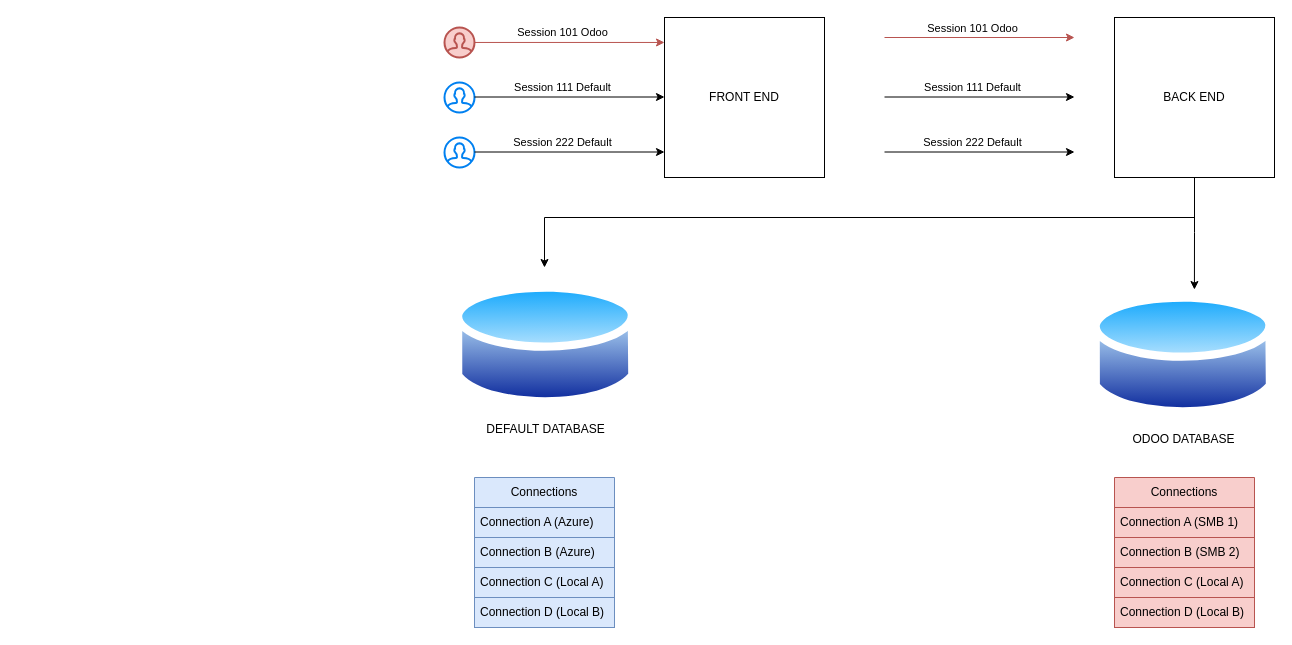
Gnyasha/TestBot keeps this draw.io diagram as Untitled Diagram.drawio. Above is the earlier version. Source tidied: cells renumbered, new cells numbered last; positions are measured from the earlier drawing's top-left corner, leaving out a move shared by most shapes. Both pictures are drawn from the tidied source at 100%, with x=0, y=0 at pixel (444, 17).
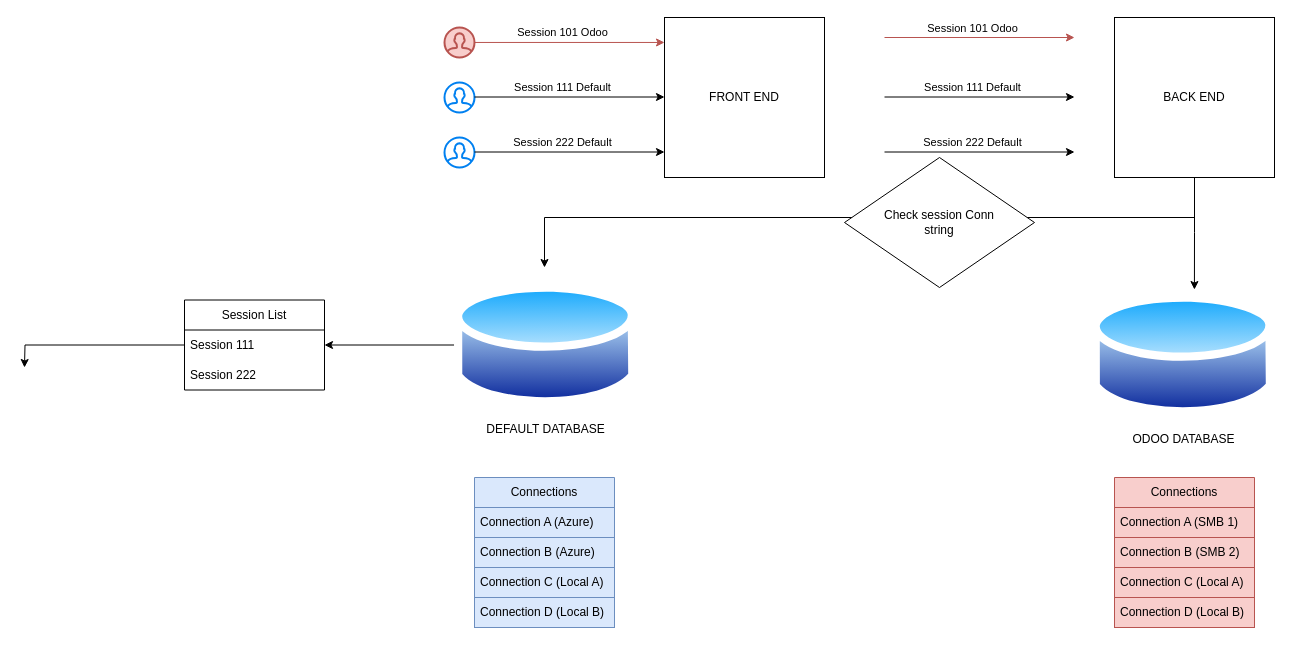
After the change.

The change refers to these unchanged cells:
```xml
<mxCell id="20" value="DEFAULT DATABASE" style="image;perimeter=ellipsePerimeter;html=1;align=center;shadow=0;dashed=0;spacingTop=3;image=img/lib/active_directory/database.svg;" parent="1" vertex="1">
  <mxGeometry x="10" y="260" width="182.4" height="135" as="geometry" />
</mxCell>
```

Diff of the diagram source:
```diff
@@
+    <mxCell id="33" style="edgeStyle=orthogonalEdgeStyle;rounded=0;jettySize=auto;html=1;entryX=1;entryY=0.5;entryDx=0;entryDy=0;" parent="1" edge="1" source="20" target="36">
+      <mxGeometry relative="1" as="geometry" />
+    </mxCell>
@@
+    <mxCell id="34" value="Session List" style="swimlane;fontStyle=0;horizontal=1;startSize=30;whiteSpace=wrap;html=1;" parent="1" vertex="1">
+      <mxGeometry x="-260" y="282.5" width="140" height="90" as="geometry" />
+    </mxCell>
+    <mxCell id="35" style="edgeStyle=orthogonalEdgeStyle;rounded=0;jettySize=auto;html=1;exitX=0;exitY=0.5;exitDx=0;exitDy=0;" parent="34" edge="1" source="36">
+      <mxGeometry relative="1" as="geometry">
+        <mxPoint x="-160" y="67.5" as="targetPoint" />
+      </mxGeometry>
+    </mxCell>
+    <mxCell id="36" value="Session 111" style="text;strokeColor=none;fillColor=none;align=left;verticalAlign=middle;spacingLeft=4;spacingRight=4;overflow=hidden;points=[[0,0.5],[1,0.5]];portConstraint=eastwest;whiteSpace=wrap;html=1;" parent="34" vertex="1">
+      <mxGeometry y="30" width="140" height="30" as="geometry" />
+    </mxCell>
+    <mxCell id="37" value="Session 222" style="text;strokeColor=none;fillColor=none;align=left;verticalAlign=middle;spacingLeft=4;spacingRight=4;overflow=hidden;whiteSpace=wrap;html=1;" parent="34" vertex="1">
+      <mxGeometry y="60" width="140" height="30" as="geometry" />
+    </mxCell>
+    <mxCell id="38" value="Check session Conn&lt;br&gt;string" style="rhombus;whiteSpace=wrap;html=1;" parent="1" vertex="1">
+      <mxGeometry x="400" y="140" width="190" height="130" as="geometry" />
+    </mxCell>
```
